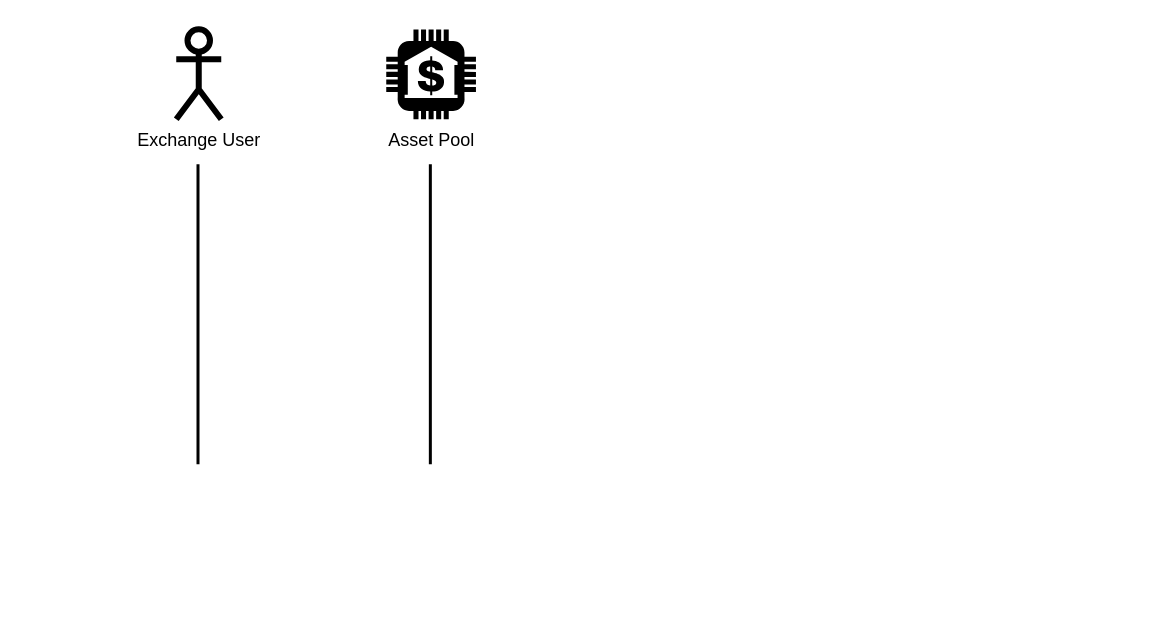
Above: assets/AMM mechanism.drawio in xujiahuayz/bondingcurves (draw.io), before the change. Source tidied: cells renumbered, new cells numbered last; positions are measured from the earlier drawing's top-left corner, leaving out a move shared by most shapes. Both pictures are drawn from the tidied source at 150%, with x=0, y=0 at pixel (176, 28). Pictures stored in the file or linked from it are replaced by grey dashed boxes.
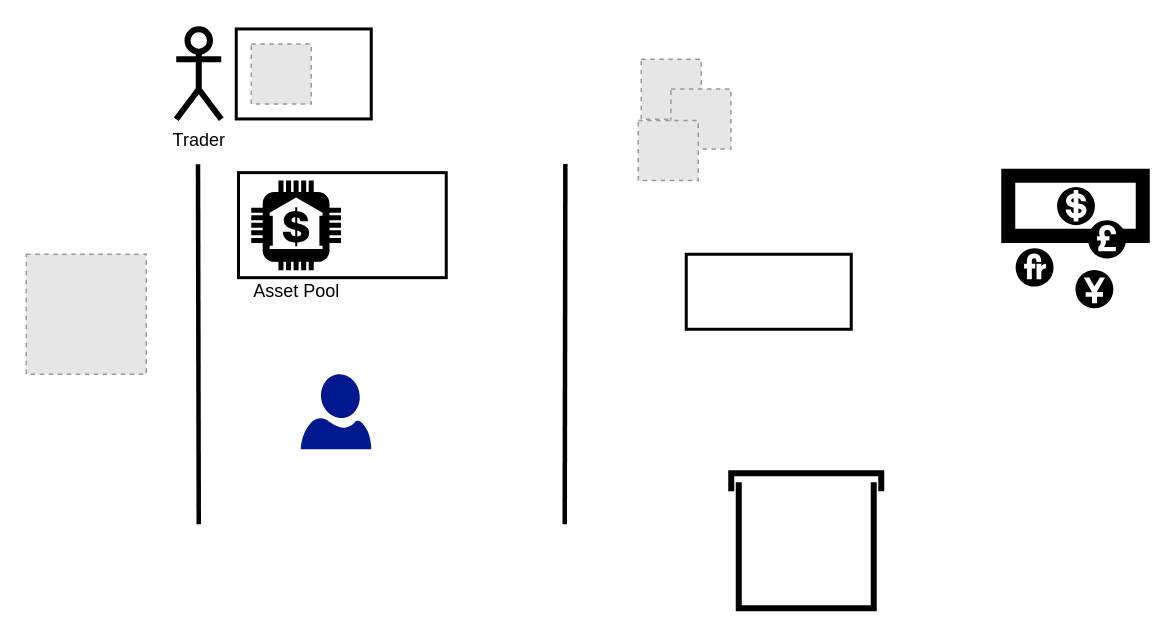
The same diagram, later.

Change to the diagram source:
```diff
@@
 <mxGraphModel>
   <root>
     <mxCell id="0" />
     <mxCell id="1" parent="0" />
+    <mxCell id="6" style="fillColor=#E6E6E6;strokeColor=#999999;dashed=1;verticalLabelPosition=bottom;labelBackgroundColor=#ffffff;verticalAlign=top;" parent="1" vertex="1">
+      <mxGeometry x="310" y="20" width="40" height="40" as="geometry" />
+    </mxCell>
+    <mxCell id="7" style="rounded=0;whiteSpace=wrap;html=1;strokeWidth=2;fillColor=none;" parent="1" vertex="1">
+      <mxGeometry x="40" y="-0.2" width="90" height="60" as="geometry" />
+    </mxCell>
-    <mxCell id="2" value="Exchange User" style="shape=umlActor;verticalLabelPosition=bottom;verticalAlign=top;html=1;strokeWidth=4;" parent="1" vertex="1">
+    <mxCell id="2" value="Trader" style="shape=umlActor;verticalLabelPosition=bottom;verticalAlign=top;html=1;strokeWidth=4;" parent="1" vertex="1">
       <mxGeometry width="30" height="60" as="geometry" />
     </mxCell>
-    <mxCell id="3" value="Asset Pool" style="dashed=0;verticalLabelPosition=bottom;verticalAlign=top;align=center;html=1;shape=mxgraph.aws3.bank;fillColor=#000000;gradientColor=none;" parent="1" vertex="1">
-      <mxGeometry x="140" y="0.2" width="59.8" height="59.8" as="geometry" />
+    <mxCell id="3" value="Asset Pool" style="dashed=0;verticalLabelPosition=bottom;verticalAlign=top;align=center;html=1;shape=mxgraph.aws3.bank;fillColor=#000000;gradientColor=none;shadow=0;" parent="1" vertex="1">
+      <mxGeometry x="50" y="100.8" width="59.8" height="59.8" as="geometry" />
     </mxCell>
-    <mxCell id="4" style="endArrow=none;html=1;rounded=0;strokeWidth=2;" parent="1" edge="1">
+    <mxCell id="4" style="endArrow=none;html=1;rounded=0;strokeWidth=3;" parent="1" edge="1">
       <mxGeometry relative="1" as="geometry">
-        <mxPoint x="14.5" y="290" as="sourcePoint" />
+        <mxPoint x="15" y="330" as="sourcePoint" />
         <mxPoint x="14.5" y="90" as="targetPoint" />
       </mxGeometry>
     </mxCell>
-    <mxCell id="5" style="endArrow=none;html=1;rounded=0;strokeWidth=2;" parent="1" edge="1">
+    <mxCell id="5" style="endArrow=none;html=1;rounded=0;strokeWidth=3;" parent="1" edge="1">
       <mxGeometry relative="1" as="geometry">
-        <mxPoint x="169.4" y="290" as="sourcePoint" />
-        <mxPoint x="169.4" y="90" as="targetPoint" />
+        <mxPoint x="259" y="330" as="sourcePoint" />
+        <mxPoint x="259.4" y="89.8" as="targetPoint" />
       </mxGeometry>
     </mxCell>
+    <mxCell id="8" style="fillColor=#E6E6E6;strokeColor=#999999;dashed=1;verticalLabelPosition=bottom;labelBackgroundColor=#ffffff;verticalAlign=top;" parent="1" vertex="1">
+      <mxGeometry x="329.8" y="39.8" width="40" height="40" as="geometry" />
+    </mxCell>
+    <mxCell id="9" style="fillColor=#E6E6E6;strokeColor=#999999;dashed=1;verticalLabelPosition=bottom;labelBackgroundColor=#ffffff;verticalAlign=top;" parent="1" vertex="1">
+      <mxGeometry x="50" y="9.8" width="40" height="40" as="geometry" />
+    </mxCell>
+    <mxCell id="10" style="fillColor=#E6E6E6;strokeColor=#999999;dashed=1;html=1;verticalAlign=top;verticalLabelPosition=bottom;labelBackgroundColor=#ffffff;" parent="1" vertex="1">
+      <mxGeometry x="-100" y="150" width="80" height="80" as="geometry" />
+    </mxCell>
+    <mxCell id="11" style="shape=mxgraph.signs.travel.currency_exchange;html=1;fillColor=#000000;strokeColor=none;verticalLabelPosition=bottom;verticalAlign=top;align=center;" parent="1" vertex="1">
+      <mxGeometry x="550" y="93" width="99" height="93" as="geometry" />
+    </mxCell>
+    <mxCell id="12" style="shape=mxgraph.pid.vessels.tank_(covered);html=1;align=center;verticalLabelPosition=bottom;verticalAlign=top;dashed=0;strokeWidth=4;fillColor=none;" parent="1" vertex="1">
+      <mxGeometry x="370" y="296" width="100" height="90" as="geometry" />
+    </mxCell>
+    <mxCell id="13" style="rounded=0;whiteSpace=wrap;html=1;strokeWidth=2;fillColor=none;" parent="1" vertex="1">
+      <mxGeometry x="340" y="150" width="110" height="50" as="geometry" />
+    </mxCell>
+    <mxCell id="14" style="fillColor=#E6E6E6;strokeColor=#999999;dashed=1;verticalLabelPosition=bottom;labelBackgroundColor=#ffffff;verticalAlign=top;" parent="1" vertex="1">
+      <mxGeometry x="308" y="60.8" width="40" height="40" as="geometry" />
+    </mxCell>
+    <mxCell id="15" style="rounded=0;whiteSpace=wrap;html=1;fontSize=16;strokeWidth=2;fillColor=none;" parent="1" vertex="1">
+      <mxGeometry x="41.5" y="95.6" width="138.5" height="70" as="geometry" />
+    </mxCell>
+    <mxCell id="16" style="sketch=0;shadow=0;dashed=0;html=1;strokeColor=none;labelPosition=center;verticalLabelPosition=bottom;verticalAlign=top;align=center;fillColor=#00188D;shape=mxgraph.azure.user;fontSize=16;" parent="1" vertex="1">
+      <mxGeometry x="83" y="230" width="47" height="50" as="geometry" />
+    </mxCell>
   </root>
 </mxGraphModel>
```
